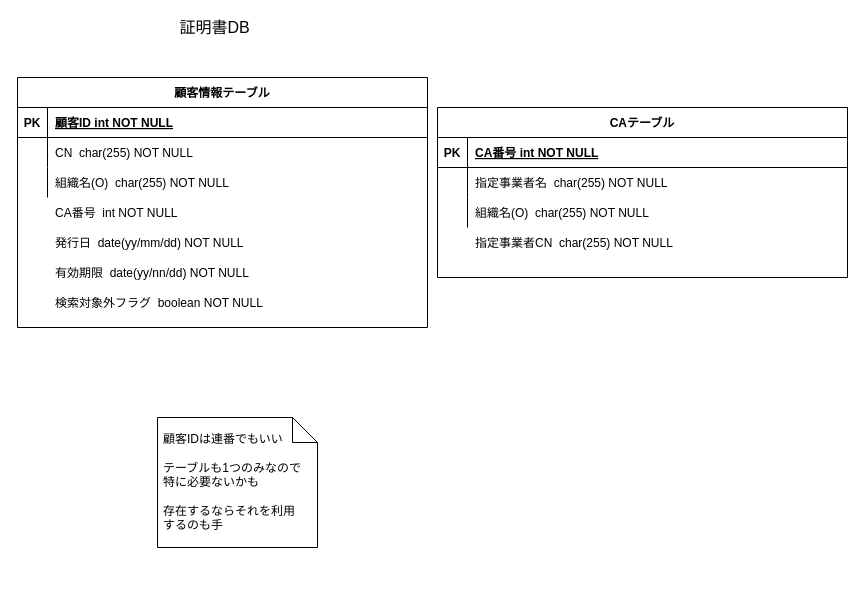
The draw.io diagram page "ER図" (3 of 6) of UMLDiagram.drawio in r-asano/kaihatsubuKenshu, before the edit. Source tidied: cells renumbered, new cells numbered last; positions are measured from the earlier drawing's top-left corner, leaving out a move shared by most shapes. Both pictures are drawn from the tidied source at 100%, with x=0, y=0 at pixel (17, 17).
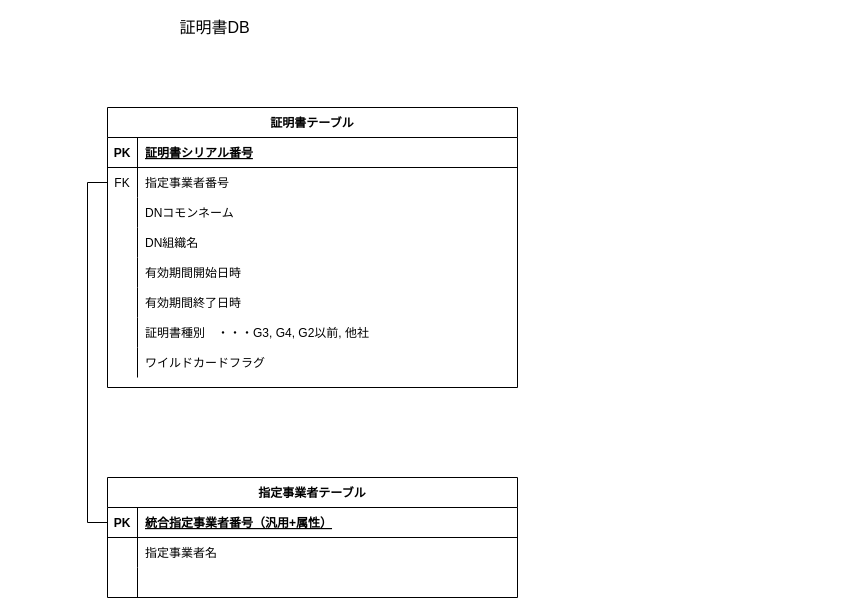
The same page after the edit.

Unchanged cells that the change refers to:
```xml
<mxCell id="3" style="shape=partialRectangle;fillColor=none;top=0;left=0;right=0;bottom=1;" parent="2" vertex="1">
  <mxGeometry y="30" width="410" height="30" as="geometry" />
</mxCell>
<mxCell id="6" style="shape=partialRectangle;fillColor=none;points=[[0,0.5],[1,0.5]];portConstraint=eastwest;top=0;left=0;right=0;bottom=0;" parent="2" vertex="1">
  <mxGeometry y="60" width="410" height="30" as="geometry" />
</mxCell>
<mxCell id="9" style="shape=partialRectangle;fillColor=none;top=0;left=0;right=0;bottom=0;" parent="2" vertex="1">
  <mxGeometry y="90" width="410" height="30" as="geometry" />
</mxCell>
<mxCell id="20" style="shape=partialRectangle;fillColor=none;points=[[0,0.5],[1,0.5]];portConstraint=eastwest;top=0;left=0;right=0;bottom=1;" parent="19" vertex="1">
  <mxGeometry y="30" width="410" height="30" as="geometry" />
</mxCell>
<mxCell id="23" style="shape=partialRectangle;fillColor=none;top=0;left=0;right=0;bottom=0;" parent="19" vertex="1">
  <mxGeometry y="60" width="410" height="30" as="geometry" />
</mxCell>
<mxCell id="26" style="shape=partialRectangle;fillColor=none;top=0;left=0;right=0;bottom=0;" parent="19" vertex="1">
  <mxGeometry y="90" width="410" height="30" as="geometry" />
</mxCell>
```

What changed in the source:
```diff
@@
-    <mxCell id="2" value="顧客情報テーブル" style="shape=table;startSize=30;childLayout=tableLayout;rowLines=0;fontStyle=1;align=center;" parent="1" vertex="1">
-      <mxGeometry y="60" width="410" height="250" as="geometry" />
+    <mxCell id="2" value="証明書テーブル" style="shape=table;startSize=30;childLayout=tableLayout;rowLines=0;fontStyle=1;align=center;" parent="1" vertex="1">
+      <mxGeometry x="90" y="90" width="410" height="280" as="geometry" />
     </mxCell>
@@
-    <mxCell id="5" value="顧客ID int NOT NULL " style="shape=partialRectangle;overflow=hidden;fillColor=none;top=0;left=0;bottom=0;right=0;align=left;spacingLeft=6;fontStyle=5;" parent="3" vertex="1">
+    <mxCell id="5" value="証明書シリアル番号" style="shape=partialRectangle;overflow=hidden;fillColor=none;top=0;left=0;bottom=0;right=0;align=left;spacingLeft=6;fontStyle=5;" parent="3" vertex="1">
       <mxGeometry x="30" width="380" height="30" as="geometry" />
     </mxCell>
@@
-    <mxCell id="7" style="shape=partialRectangle;overflow=hidden;fillColor=none;top=0;left=0;bottom=0;right=0;" parent="6" vertex="1">
+    <mxCell id="7" value="FK" style="shape=partialRectangle;overflow=hidden;fillColor=none;top=0;left=0;bottom=0;right=0;" parent="6" vertex="1">
       <mxGeometry width="30" height="30" as="geometry" />
     </mxCell>
-    <mxCell id="8" value="CN  char(255) NOT NULL" style="shape=partialRectangle;overflow=hidden;fillColor=none;top=0;left=0;bottom=0;right=0;align=left;spacingLeft=6;" parent="6" vertex="1">
+    <mxCell id="8" value="指定事業者番号" style="shape=partialRectangle;overflow=hidden;fillColor=none;top=0;left=0;bottom=0;right=0;align=left;spacingLeft=6;" parent="6" vertex="1">
       <mxGeometry x="30" width="380" height="30" as="geometry" />
     </mxCell>
@@
-    <mxCell id="11" value="組織名(O)  char(255) NOT NULL" style="shape=partialRectangle;overflow=hidden;fillColor=none;top=0;left=0;bottom=0;right=0;align=left;spacingLeft=6;" parent="9" vertex="1">
+    <mxCell id="11" value="DNコモンネーム" style="shape=partialRectangle;overflow=hidden;fillColor=none;top=0;left=0;bottom=0;right=0;align=left;spacingLeft=6;" parent="9" vertex="1">
       <mxGeometry x="30" width="380" height="30" as="geometry" />
     </mxCell>
-    <mxCell id="12" value=" 発行日  date(yy/mm/dd) NOT NULL" style="shape=partialRectangle;overflow=hidden;fillColor=none;top=0;left=0;bottom=0;right=0;align=left;spacingLeft=6;" parent="1" vertex="1">
-      <mxGeometry x="30" y="210" width="380" height="30" as="geometry" />
-    </mxCell>
-    <mxCell id="13" value="有効期限  date(yy/nn/dd) NOT NULL" style="shape=partialRectangle;overflow=hidden;fillColor=none;top=0;left=0;bottom=0;right=0;align=left;spacingLeft=6;" parent="1" vertex="1">
-      <mxGeometry x="30" y="240" width="380" height="30" as="geometry" />
-    </mxCell>
-    <mxCell id="14" value="CA番号  int NOT NULL" style="shape=partialRectangle;overflow=hidden;fillColor=none;top=0;left=0;bottom=0;right=0;align=left;spacingLeft=6;" parent="1" vertex="1">
-      <mxGeometry x="30" y="180" width="380" height="30" as="geometry" />
-    </mxCell>
-    <mxCell id="15" value="検索対象外フラグ  boolean NOT NULL" style="shape=partialRectangle;overflow=hidden;fillColor=none;top=0;left=0;bottom=0;right=0;align=left;spacingLeft=6;" parent="1" vertex="1">
-      <mxGeometry x="30" y="270" width="380" height="30" as="geometry" />
-    </mxCell>
-    <mxCell id="16" style="shape=note2;size=25;html=1;" parent="1" vertex="1">
-      <mxGeometry x="140" y="400" width="160" height="130" as="geometry" />
-    </mxCell>
-    <mxCell id="17" value="&lt;div&gt;顧客IDは連番でもいい&lt;/div&gt;&lt;div&gt;&lt;br&gt;&lt;/div&gt;&lt;div&gt;テーブルも1つのみなので&lt;/div&gt;&lt;div&gt;特に必要ないかも&lt;/div&gt;&lt;div&gt;&lt;br&gt;&lt;/div&gt;&lt;div&gt;存在するならそれを利用&lt;br&gt;するのも手&lt;br&gt;&lt;/div&gt;" style="text;html=1;strokeColor=none;fillColor=none;align=left;verticalAlign=middle;spacingLeft=4;spacingRight=4;overflow=hidden;" parent="16" vertex="1">
-      <mxGeometry width="160" height="130" as="geometry" />
-    </mxCell>
+    <mxCell id="30" style="shape=partialRectangle;fillColor=none;top=0;left=0;right=0;bottom=0;" parent="2" vertex="1">
+      <mxGeometry y="120" width="410" height="30" as="geometry" />
+    </mxCell>
+    <mxCell id="31" style="shape=partialRectangle;overflow=hidden;fillColor=none;top=0;left=0;bottom=0;right=0;" parent="30" vertex="1">
+      <mxGeometry width="30" height="30" as="geometry" />
+    </mxCell>
+    <mxCell id="32" value="DN組織名" style="shape=partialRectangle;overflow=hidden;fillColor=none;top=0;left=0;bottom=0;right=0;align=left;spacingLeft=6;" parent="30" vertex="1">
+      <mxGeometry x="30" width="380" height="30" as="geometry" />
+    </mxCell>
+    <mxCell id="33" style="shape=partialRectangle;fillColor=none;top=0;left=0;right=0;bottom=0;" parent="2" vertex="1">
+      <mxGeometry y="150" width="410" height="30" as="geometry" />
+    </mxCell>
+    <mxCell id="34" style="shape=partialRectangle;overflow=hidden;fillColor=none;top=0;left=0;bottom=0;right=0;" parent="33" vertex="1">
+      <mxGeometry width="30" height="30" as="geometry" />
+    </mxCell>
+    <mxCell id="35" value="有効期間開始日時" style="shape=partialRectangle;overflow=hidden;fillColor=none;top=0;left=0;bottom=0;right=0;align=left;spacingLeft=6;" parent="33" vertex="1">
+      <mxGeometry x="30" width="380" height="30" as="geometry" />
+    </mxCell>
+    <mxCell id="36" style="shape=partialRectangle;fillColor=none;top=0;left=0;right=0;bottom=0;" parent="2" vertex="1">
+      <mxGeometry y="180" width="410" height="30" as="geometry" />
+    </mxCell>
+    <mxCell id="37" style="shape=partialRectangle;overflow=hidden;fillColor=none;top=0;left=0;bottom=0;right=0;" parent="36" vertex="1">
+      <mxGeometry width="30" height="30" as="geometry" />
+    </mxCell>
+    <mxCell id="38" value="有効期間終了日時" style="shape=partialRectangle;overflow=hidden;fillColor=none;top=0;left=0;bottom=0;right=0;align=left;spacingLeft=6;" parent="36" vertex="1">
+      <mxGeometry x="30" width="380" height="30" as="geometry" />
+    </mxCell>
+    <mxCell id="39" style="shape=partialRectangle;fillColor=none;top=0;left=0;right=0;bottom=0;" parent="2" vertex="1">
+      <mxGeometry y="210" width="410" height="30" as="geometry" />
+    </mxCell>
+    <mxCell id="40" style="shape=partialRectangle;overflow=hidden;fillColor=none;top=0;left=0;bottom=0;right=0;" parent="39" vertex="1">
+      <mxGeometry width="30" height="30" as="geometry" />
+    </mxCell>
+    <mxCell id="41" value="証明書種別　・・・G3, G4, G2以前, 他社" style="shape=partialRectangle;overflow=hidden;fillColor=none;top=0;left=0;bottom=0;right=0;align=left;spacingLeft=6;" parent="39" vertex="1">
+      <mxGeometry x="30" width="380" height="30" as="geometry" />
+    </mxCell>
+    <mxCell id="42" style="shape=partialRectangle;fillColor=none;top=0;left=0;right=0;bottom=0;" parent="2" vertex="1">
+      <mxGeometry y="240" width="410" height="30" as="geometry" />
+    </mxCell>
+    <mxCell id="43" style="shape=partialRectangle;overflow=hidden;fillColor=none;top=0;left=0;bottom=0;right=0;" parent="42" vertex="1">
+      <mxGeometry width="30" height="30" as="geometry" />
+    </mxCell>
+    <mxCell id="44" value="ワイルドカードフラグ" style="shape=partialRectangle;overflow=hidden;fillColor=none;top=0;left=0;bottom=0;right=0;align=left;spacingLeft=6;" parent="42" vertex="1">
+      <mxGeometry x="30" width="380" height="30" as="geometry" />
+    </mxCell>
@@
-    <mxCell id="19" value="CAテーブル" style="shape=table;startSize=30;childLayout=tableLayout;rowLines=0;fontStyle=1;align=center;" parent="1" vertex="1">
-      <mxGeometry x="420" y="90" width="410" height="170" as="geometry" />
+    <mxCell id="19" value="指定事業者テーブル" style="shape=table;startSize=30;childLayout=tableLayout;rowLines=0;fontStyle=1;align=center;" parent="1" vertex="1">
+      <mxGeometry x="90" y="460" width="410" height="120" as="geometry" />
     </mxCell>
@@
-    <mxCell id="22" value="CA番号 int NOT NULL " style="shape=partialRectangle;overflow=hidden;fillColor=none;top=0;left=0;bottom=0;right=0;align=left;spacingLeft=6;fontStyle=5;" parent="20" vertex="1">
+    <mxCell id="22" value="統合指定事業者番号（汎用+属性）" style="shape=partialRectangle;overflow=hidden;fillColor=none;top=0;left=0;bottom=0;right=0;align=left;spacingLeft=6;fontStyle=5;" parent="20" vertex="1">
       <mxGeometry x="30" width="380" height="30" as="geometry" />
     </mxCell>
@@
-    <mxCell id="25" value="指定事業者名  char(255) NOT NULL" style="shape=partialRectangle;overflow=hidden;fillColor=none;top=0;left=0;bottom=0;right=0;align=left;spacingLeft=6;" parent="23" vertex="1">
+    <mxCell id="25" value="指定事業者名 " style="shape=partialRectangle;overflow=hidden;fillColor=none;top=0;left=0;bottom=0;right=0;align=left;spacingLeft=6;" parent="23" vertex="1">
       <mxGeometry x="30" width="380" height="30" as="geometry" />
     </mxCell>
@@
-    <mxCell id="28" value="組織名(O)  char(255) NOT NULL" style="shape=partialRectangle;overflow=hidden;fillColor=none;top=0;left=0;bottom=0;right=0;align=left;spacingLeft=6;" parent="26" vertex="1">
+    <mxCell id="28" style="shape=partialRectangle;overflow=hidden;fillColor=none;top=0;left=0;bottom=0;right=0;align=left;spacingLeft=6;" parent="26" vertex="1">
       <mxGeometry x="30" width="380" height="30" as="geometry" />
     </mxCell>
-    <mxCell id="29" value="指定事業者CN  char(255) NOT NULL" style="shape=partialRectangle;overflow=hidden;fillColor=none;top=0;left=0;bottom=0;right=0;align=left;spacingLeft=6;" parent="1" vertex="1">
-      <mxGeometry x="450" y="210" width="380" height="30" as="geometry" />
-    </mxCell>
+    <mxCell id="45" style="edgeStyle=orthogonalEdgeStyle;rounded=0;jumpStyle=arc;jettySize=auto;html=1;exitX=0;exitY=0.5;exitDx=0;exitDy=0;entryX=0;entryY=0.5;entryDx=0;entryDy=0;endArrow=none;endFill=0;" parent="1" edge="1" source="6" target="20">
+      <mxGeometry relative="1" as="geometry" />
+    </mxCell>
```
